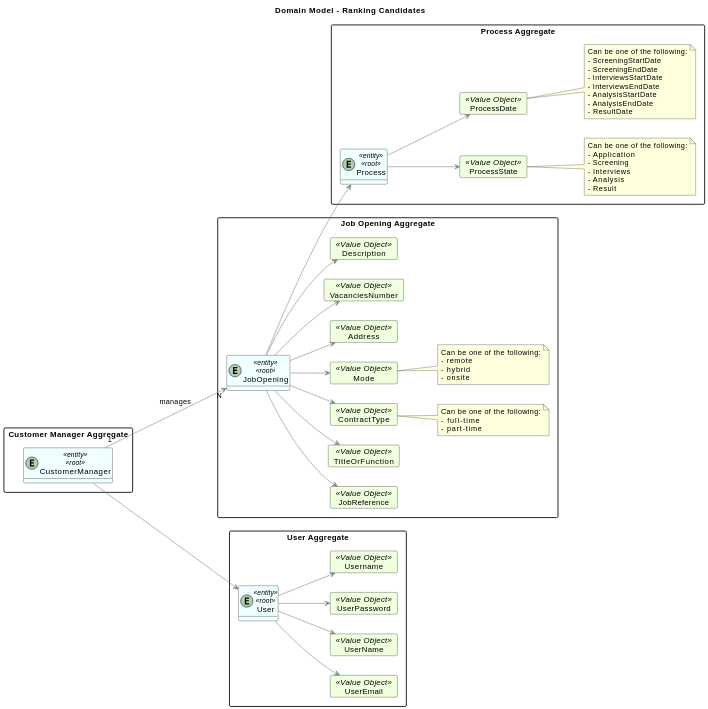
Earlier version of the PlantUML export docs/SprintC/change-status-process/domain-model.svg (MiguelCardoso77/LAPR4). Source of this version:
```plantuml
@startuml
hide methods
left to right direction

Title "Domain Model - Ranking Candidates"

skinparam class {
    LifeLineBorderColor DarkBlue
    LifeLineBackgroundColor APPLICATION
    BackgroundColor #F0FFFF
    ArrowColor grey
    BorderColor black
}

skinparam packageStyle rectangle

skinparam card {
    LifeLineBorderColor Green
    LifeLineBackgroundColor APPLICATION
    BackgroundColor #F0FFDD
    ArrowColor DarkGrey
    BorderColor Black
}

package "Job Opening Aggregate"{
entity JobOpening <<entity>><<root>>

    card JobReference <<Value Object>> {
    }
    card TitleOrFunction <<Value Object>> {
    }
    card ContractType <<Value Object>> {
    }
    card Mode <<Value Object>> {
    }
    card Address <<Value Object>> {
    }
    card VacanciesNumber <<Value Object>> {
    }
    card Description <<Value Object>> {
    }

    JobOpening --> JobReference
    JobOpening --> TitleOrFunction
    JobOpening --> ContractType
    JobOpening --> Mode
    JobOpening --> Address
    JobOpening --> VacanciesNumber
    JobOpening --> Description

    note right of ContractType
        Can be one of the following:
        - full-time
        - part-time
    end note

    note right of Mode
         Can be one of the following:
         - remote
         - hybrid
         - onsite
    end note

}

package "User Aggregate"{
entity User <<entity>><<root>>

    card UserEmail <<Value Object>> {
    }
    card UserName <<Value Object>> {
    }
    card UserPassword <<Value Object>> {
    }
    card Username<<Value Object>> {
    }

    User --> UserEmail
    User --> UserName
    User --> Username
    User --> UserPassword

}

package "Process Aggregate"{
entity Process <<entity>><<root>>

    card ProcessState <<Value Object>> {
    }
    card ProcessDate <<Value Object>> {
    }

    Process --> ProcessState
    Process --> ProcessDate

    note right of ProcessDate
        Can be one of the following:
        - ScreeningStartDate
        - ScreeningEndDate
        - InterviewsStartDate
        - InterviewsEndDate
        - AnalysisStartDate
        - AnalysisEndDate
        - ResultDate
    end note

    note right of ProcessState
        Can be one of the following:
        - Application
        - Screening
        - Interviews
        - Analysis
        - Result
    end note

}

package "Customer Manager Aggregate"{
entity CustomerManager <<entity>><<root>>

}

    JobOpening  --> Process
    CustomerManager "1" ---> "N" JobOpening : manages
    CustomerManager ---> User
@enduml
```
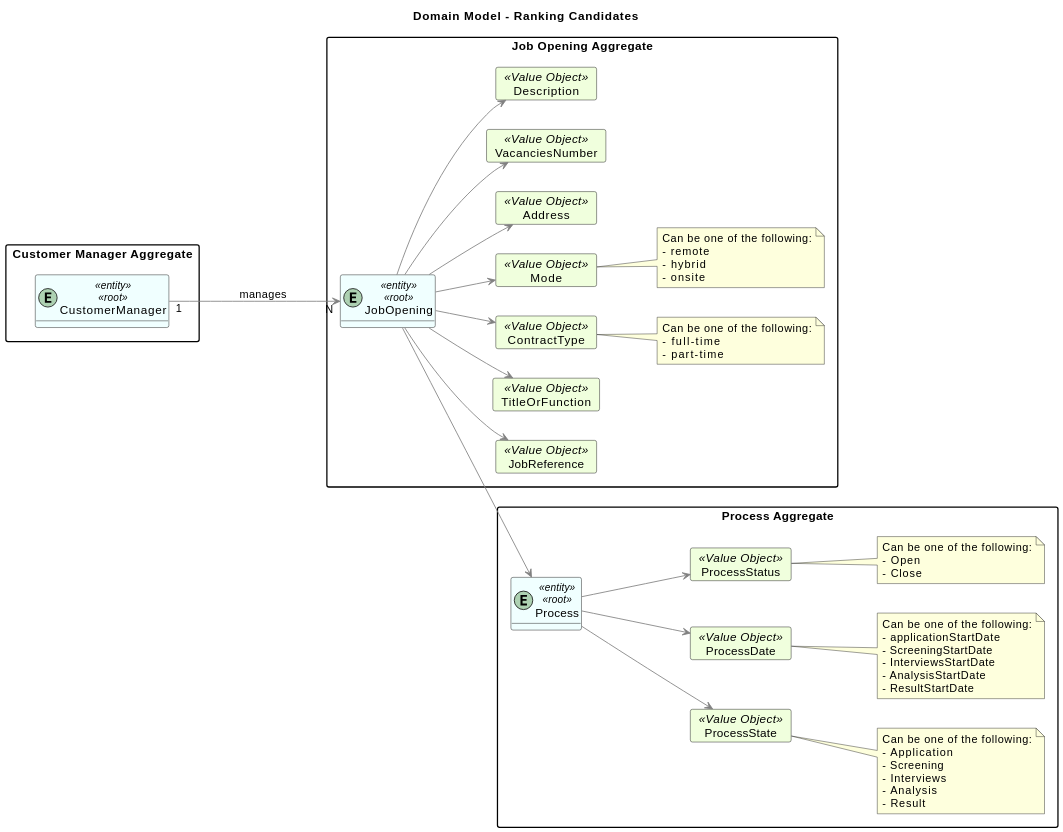
The same diagram one commit later.

What changed in the source:
```diff
@@ -63,25 +63,6 @@
 
 }
 
-package "User Aggregate"{
-entity User <<entity>><<root>>
-
-    card UserEmail <<Value Object>> {
-    }
-    card UserName <<Value Object>> {
-    }
-    card UserPassword <<Value Object>> {
-    }
-    card Username<<Value Object>> {
-    }
-
-    User --> UserEmail
-    User --> UserName
-    User --> Username
-    User --> UserPassword
-
-}
-
 package "Process Aggregate"{
 entity Process <<entity>><<root>>
 
@@ -89,19 +70,20 @@
     }
     card ProcessDate <<Value Object>> {
     }
+    card ProcessStatus <<Value Object>>{
+    }
 
     Process --> ProcessState
     Process --> ProcessDate
+    Process --> ProcessStatus
 
     note right of ProcessDate
         Can be one of the following:
+        - applicationStartDate
         - ScreeningStartDate
-        - ScreeningEndDate
         - InterviewsStartDate
-        - InterviewsEndDate
         - AnalysisStartDate
-        - AnalysisEndDate
-        - ResultDate
+        - ResultStartDate
     end note
 
     note right of ProcessState
@@ -113,6 +95,11 @@
         - Result
     end note
 
+    note right of ProcessStatus
+        Can be one of the following:
+        - Open
+        - Close
+    end note
 }
 
 package "Customer Manager Aggregate"{
@@ -122,5 +109,4 @@
 
     JobOpening  --> Process
     CustomerManager "1" ---> "N" JobOpening : manages
-    CustomerManager ---> User
 @enduml
```
